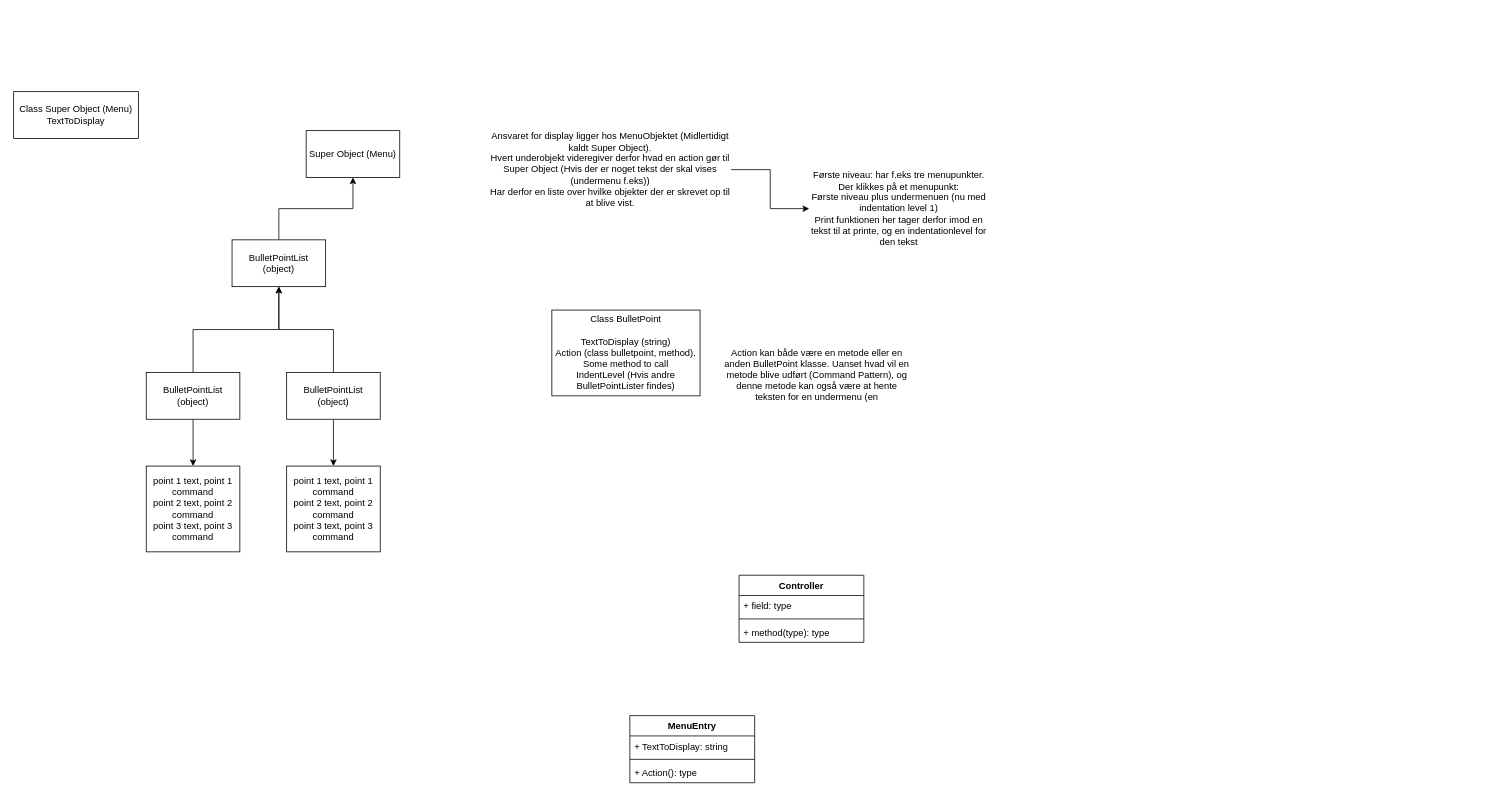
Before: Architecture_UML_Overview.drawio in Bentineren/SimpleCMDInterface, a draw.io diagram. Source tidied: cells renumbered, new cells numbered last; positions are measured from the earlier drawing's top-left corner, leaving out a move shared by most shapes. Both pictures are drawn from the tidied source at 78%, with x=0, y=0 at pixel (13, 91).
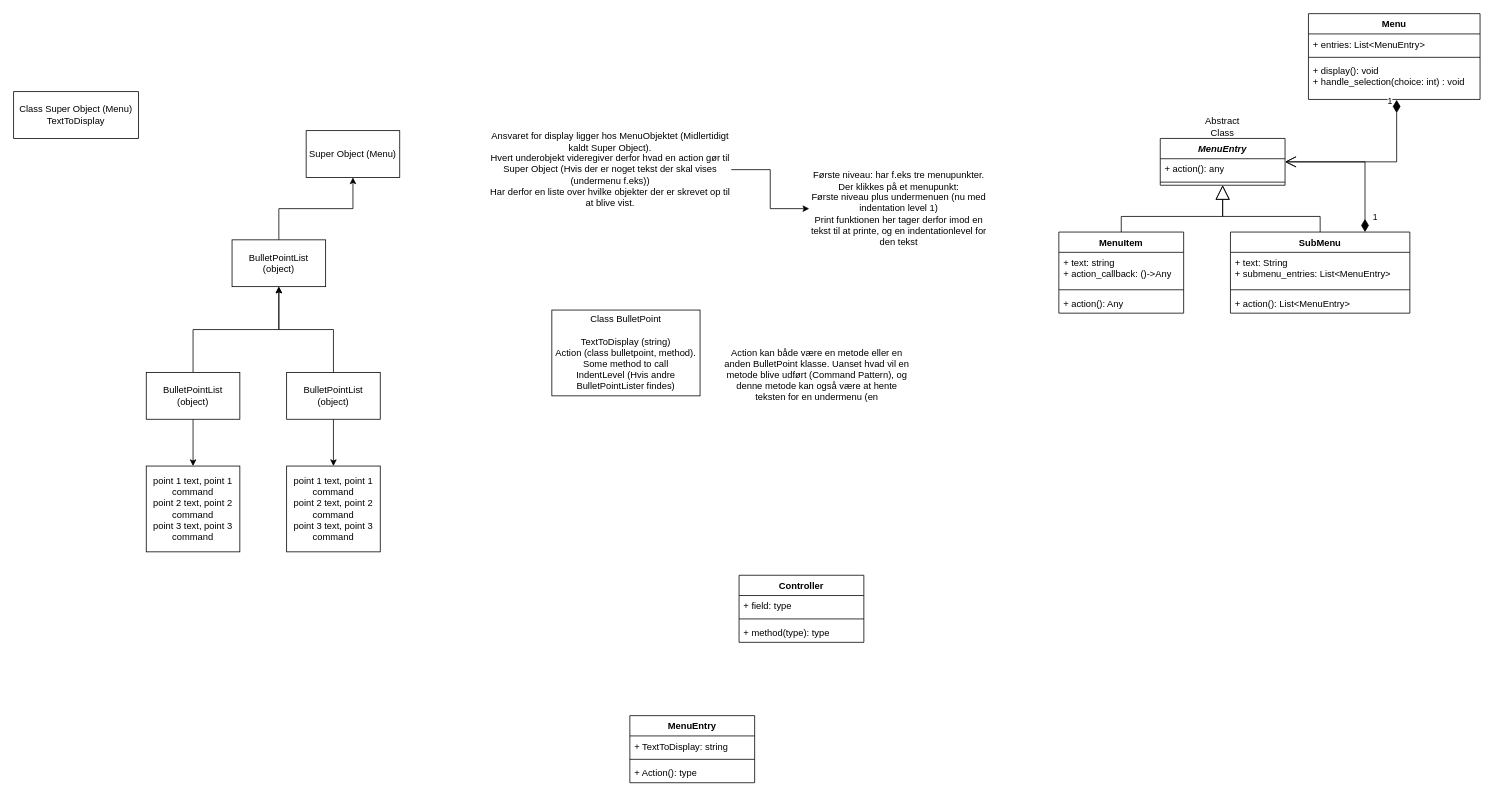
The same diagram, later.

Diff of the diagram source:
```diff
@@
+    <mxCell id="27" value="&lt;i&gt;MenuEntry&lt;/i&gt;" style="swimlane;fontStyle=1;align=center;verticalAlign=top;horizontal=1;startSize=26;whiteSpace=wrap;html=1;" parent="1" vertex="1">
+      <mxGeometry x="1470" y="60" width="160" height="60" as="geometry" />
+    </mxCell>
+    <mxCell id="28" value="+ action(): any" style="text;strokeColor=none;fillColor=none;align=left;verticalAlign=top;spacingLeft=4;spacingRight=4;overflow=hidden;whiteSpace=wrap;html=1;" parent="27" vertex="1">
+      <mxGeometry y="26" width="160" height="26" as="geometry" />
+    </mxCell>
+    <mxCell id="29" style="line;strokeWidth=1;fillColor=none;align=left;verticalAlign=middle;spacingTop=-1;spacingLeft=3;spacingRight=3;labelPosition=right;strokeColor=inherit;" parent="27" vertex="1">
+      <mxGeometry y="52" width="160" height="8" as="geometry" />
+    </mxCell>
+    <mxCell id="30" value="MenuItem" style="swimlane;fontStyle=1;align=center;verticalAlign=top;horizontal=1;startSize=26;whiteSpace=wrap;html=1;" parent="1" vertex="1">
+      <mxGeometry x="1340" y="180" width="160" height="104" as="geometry" />
+    </mxCell>
+    <mxCell id="31" value="+ text: string&lt;div&gt;+ action_callback: ()-&amp;gt;Any&lt;/div&gt;" style="text;strokeColor=none;fillColor=none;align=left;verticalAlign=top;spacingLeft=4;spacingRight=4;overflow=hidden;whiteSpace=wrap;html=1;" parent="30" vertex="1">
+      <mxGeometry y="26" width="160" height="44" as="geometry" />
+    </mxCell>
+    <mxCell id="32" style="line;strokeWidth=1;fillColor=none;align=left;verticalAlign=middle;spacingTop=-1;spacingLeft=3;spacingRight=3;labelPosition=right;strokeColor=inherit;" parent="30" vertex="1">
+      <mxGeometry y="70" width="160" height="8" as="geometry" />
+    </mxCell>
+    <mxCell id="33" value="+ action(): Any" style="text;strokeColor=none;fillColor=none;align=left;verticalAlign=top;spacingLeft=4;spacingRight=4;overflow=hidden;whiteSpace=wrap;html=1;" parent="30" vertex="1">
+      <mxGeometry y="78" width="160" height="26" as="geometry" />
+    </mxCell>
+    <mxCell id="34" value="SubMenu" style="swimlane;fontStyle=1;align=center;verticalAlign=top;horizontal=1;startSize=26;whiteSpace=wrap;html=1;" parent="1" vertex="1">
+      <mxGeometry x="1560" y="180" width="230" height="104" as="geometry" />
+    </mxCell>
+    <mxCell id="35" value="+ text: String&lt;div&gt;+ submenu_entries: List&amp;lt;MenuEntry&amp;gt;&lt;/div&gt;" style="text;strokeColor=none;fillColor=none;align=left;verticalAlign=top;spacingLeft=4;spacingRight=4;overflow=hidden;whiteSpace=wrap;html=1;" parent="34" vertex="1">
+      <mxGeometry y="26" width="230" height="44" as="geometry" />
+    </mxCell>
+    <mxCell id="36" style="line;strokeWidth=1;fillColor=none;align=left;verticalAlign=middle;spacingTop=-1;spacingLeft=3;spacingRight=3;labelPosition=right;strokeColor=inherit;" parent="34" vertex="1">
+      <mxGeometry y="70" width="230" height="8" as="geometry" />
+    </mxCell>
+    <mxCell id="37" value="+ action(): List&amp;lt;MenuEntry&amp;gt;" style="text;strokeColor=none;fillColor=none;align=left;verticalAlign=top;spacingLeft=4;spacingRight=4;overflow=hidden;whiteSpace=wrap;html=1;" parent="34" vertex="1">
+      <mxGeometry y="78" width="230" height="26" as="geometry" />
+    </mxCell>
+    <mxCell id="38" value="Abstract Class" style="text;html=1;align=center;verticalAlign=middle;whiteSpace=wrap;rounded=0;" parent="1" vertex="1">
+      <mxGeometry x="1520" y="30" width="60" height="30" as="geometry" />
+    </mxCell>
+    <mxCell id="39" value="Menu" style="swimlane;fontStyle=1;align=center;verticalAlign=top;horizontal=1;startSize=26;whiteSpace=wrap;html=1;" parent="1" vertex="1">
+      <mxGeometry x="1660" y="-100" width="220" height="110" as="geometry" />
+    </mxCell>
+    <mxCell id="40" value="+ entries: List&amp;lt;MenuEntry&amp;gt;" style="text;strokeColor=none;fillColor=none;align=left;verticalAlign=top;spacingLeft=4;spacingRight=4;overflow=hidden;whiteSpace=wrap;html=1;" parent="39" vertex="1">
+      <mxGeometry y="26" width="220" height="26" as="geometry" />
+    </mxCell>
+    <mxCell id="41" style="line;strokeWidth=1;fillColor=none;align=left;verticalAlign=middle;spacingTop=-1;spacingLeft=3;spacingRight=3;labelPosition=right;strokeColor=inherit;" parent="39" vertex="1">
+      <mxGeometry y="52" width="220" height="8" as="geometry" />
+    </mxCell>
+    <mxCell id="42" value="+ display(): void&lt;div&gt;+ handle_selection(choice: int) : void&lt;/div&gt;" style="text;strokeColor=none;fillColor=none;align=left;verticalAlign=top;spacingLeft=4;spacingRight=4;overflow=hidden;points=[[0,0.5],[1,0.5]];portConstraint=eastwest;whiteSpace=wrap;html=1;" parent="39" vertex="1">
+      <mxGeometry y="60" width="220" height="50" as="geometry" />
+    </mxCell>
+    <mxCell id="43" style="endArrow=block;endSize=16;endFill=0;html=1;rounded=0;exitX=0.5;exitY=0;exitDx=0;exitDy=0;entryX=0.5;entryY=1;entryDx=0;entryDy=0;" parent="1" edge="1" source="30" target="27">
+      <mxGeometry relative="1" as="geometry">
+        <Array as="points">
+          <mxPoint x="1420" y="160" />
+          <mxPoint x="1550" y="160" />
+        </Array>
+      </mxGeometry>
+    </mxCell>
+    <mxCell id="44" style="endArrow=block;endSize=16;endFill=0;html=1;rounded=0;exitX=0.5;exitY=0;exitDx=0;exitDy=0;entryX=0.5;entryY=1;entryDx=0;entryDy=0;" parent="1" edge="1" source="34" target="27">
+      <mxGeometry relative="1" as="geometry">
+        <Array as="points">
+          <mxPoint x="1675" y="160" />
+          <mxPoint x="1550" y="160" />
+        </Array>
+      </mxGeometry>
+    </mxCell>
+    <mxCell id="45" value="1" style="endArrow=open;html=1;endSize=12;startArrow=diamondThin;startSize=14;startFill=1;edgeStyle=orthogonalEdgeStyle;align=left;verticalAlign=bottom;rounded=0;exitX=0.75;exitY=0;exitDx=0;exitDy=0;entryX=1;entryY=0.5;entryDx=0;entryDy=0;" parent="1" edge="1" source="34" target="27">
+      <mxGeometry x="-0.9" y="-7" relative="1" as="geometry">
+        <mxPoint x="1" as="offset" />
+      </mxGeometry>
+    </mxCell>
+    <mxCell id="46" value="1" style="endArrow=open;html=1;endSize=12;startArrow=diamondThin;startSize=14;startFill=1;edgeStyle=orthogonalEdgeStyle;align=left;verticalAlign=bottom;rounded=0;exitX=0.514;exitY=1.01;exitDx=0;exitDy=0;entryX=1;entryY=0.5;entryDx=0;entryDy=0;exitPerimeter=0;" parent="1" edge="1" source="42" target="27">
+      <mxGeometry x="-0.91" y="-13" relative="1" as="geometry" />
+    </mxCell>
```
